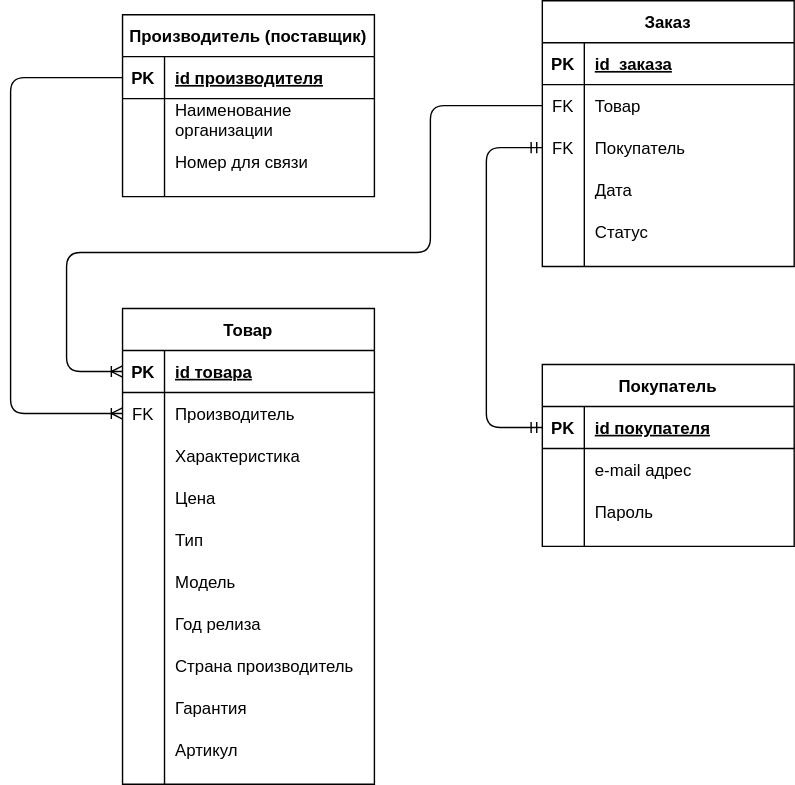
This is LogicDiag.svg from paw-wow/DataBase, a draw.io export, as it was before one commit. Source tidied: cells renumbered, new cells last; positions are measured from the earlier drawing's top-left corner, leaving out a move shared by most shapes.
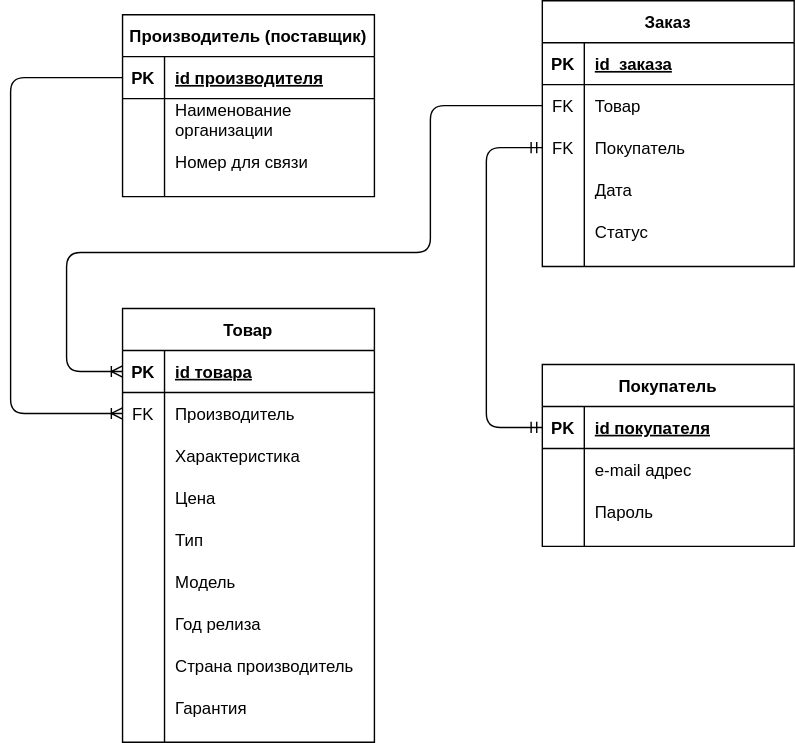
After the change.

What changed in the source:
```diff
@@ -63,7 +63,7 @@
       <mxGeometry x="30" width="150" height="30" as="geometry" />
     </mxCell>
     <mxCell id="22" value="Товар" style="shape=table;startSize=30;rowLines=0;fontStyle=1;align=center;" parent="1" vertex="1">
-      <mxGeometry x="80" y="220" width="180" height="340" as="geometry" />
+      <mxGeometry x="80" y="220" width="180" height="310" as="geometry" />
     </mxCell>
     <mxCell id="23" style="shape=partialRectangle;fillColor=none;top=0;left=0;bottom=1;right=0;points=[[0,0.5],[1,0.5]];portConstraint=eastwest;" parent="22" vertex="1">
       <mxGeometry y="30" width="180" height="30" as="geometry" />
@@ -146,15 +146,6 @@
     <mxCell id="49" value="Гарантия" style="shape=partialRectangle;fillColor=none;top=0;left=0;bottom=0;right=0;align=left;spacingLeft=6;overflow=hidden;" parent="47" vertex="1">
       <mxGeometry x="30" width="150" height="30" as="geometry" />
     </mxCell>
-    <mxCell id="50" style="shape=partialRectangle;fillColor=none;top=0;left=0;bottom=0;right=0;" parent="22" vertex="1">
-      <mxGeometry y="300" width="180" height="30" as="geometry" />
-    </mxCell>
-    <mxCell id="51" style="shape=partialRectangle;fillColor=none;top=0;left=0;bottom=0;right=0;overflow=hidden;" parent="50" vertex="1">
-      <mxGeometry width="30" height="30" as="geometry" />
-    </mxCell>
-    <mxCell id="52" value="Артикул" style="shape=partialRectangle;fillColor=none;top=0;left=0;bottom=0;right=0;align=left;spacingLeft=6;overflow=hidden;" parent="50" vertex="1">
-      <mxGeometry x="30" width="150" height="30" as="geometry" />
-    </mxCell>
     <mxCell id="53" style="edgeStyle=orthogonalEdgeStyle;fontSize=12;html=1;endArrow=ERoneToMany;exitX=0;exitY=0.5;exitDx=0;exitDy=0;entryX=0;entryY=0.5;entryDx=0;entryDy=0;" parent="1" edge="1" source="13" target="26">
       <mxGeometry relative="1" as="geometry">
         <Array as="points">
```
